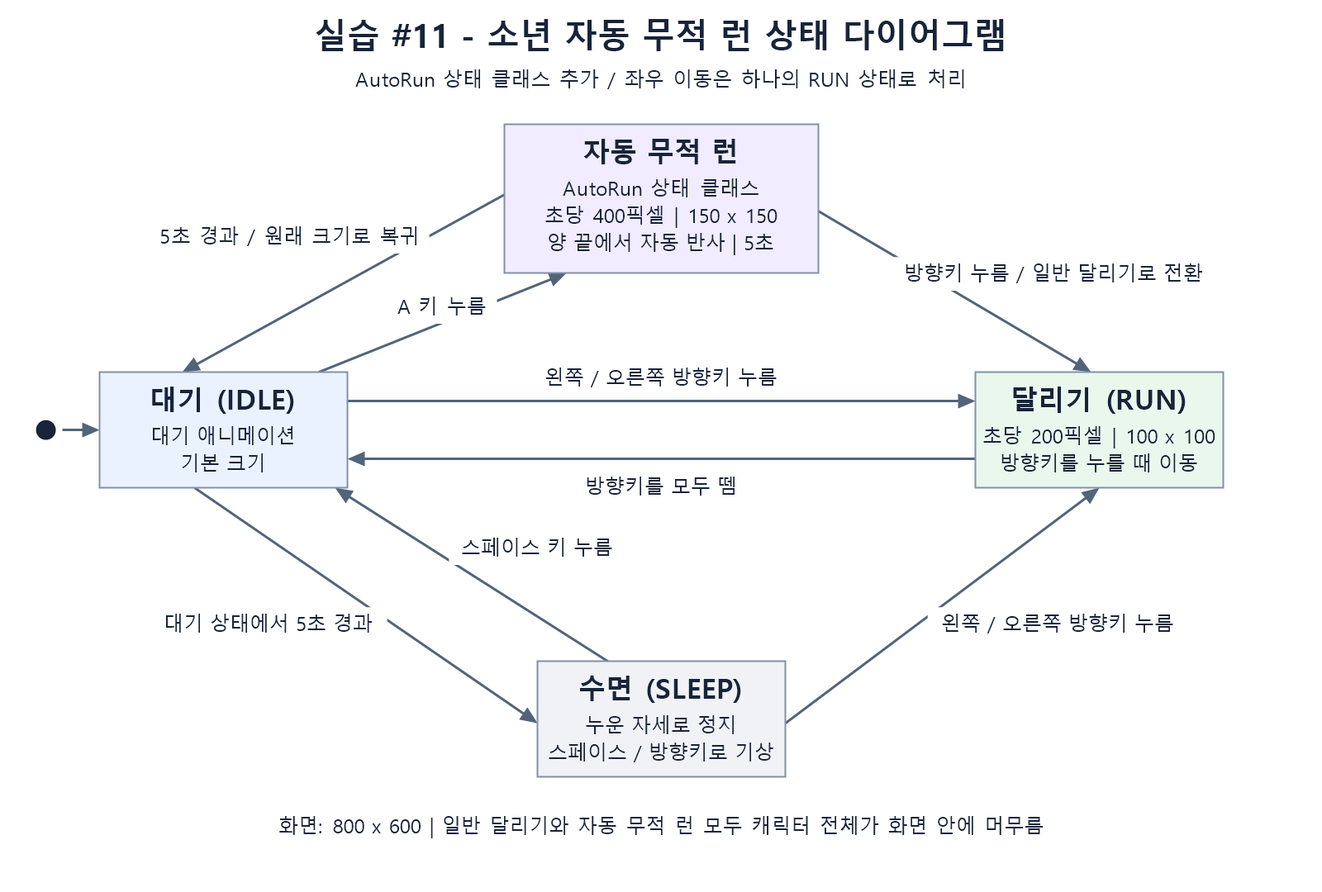
junhwijunhwi/2DGP-2023180015-Drill11-AutoRun keeps this Mermaid diagram as docs/state_diagram.png. Above is the earlier version. Its source is kept beside it as docs/state_diagram.mmd.
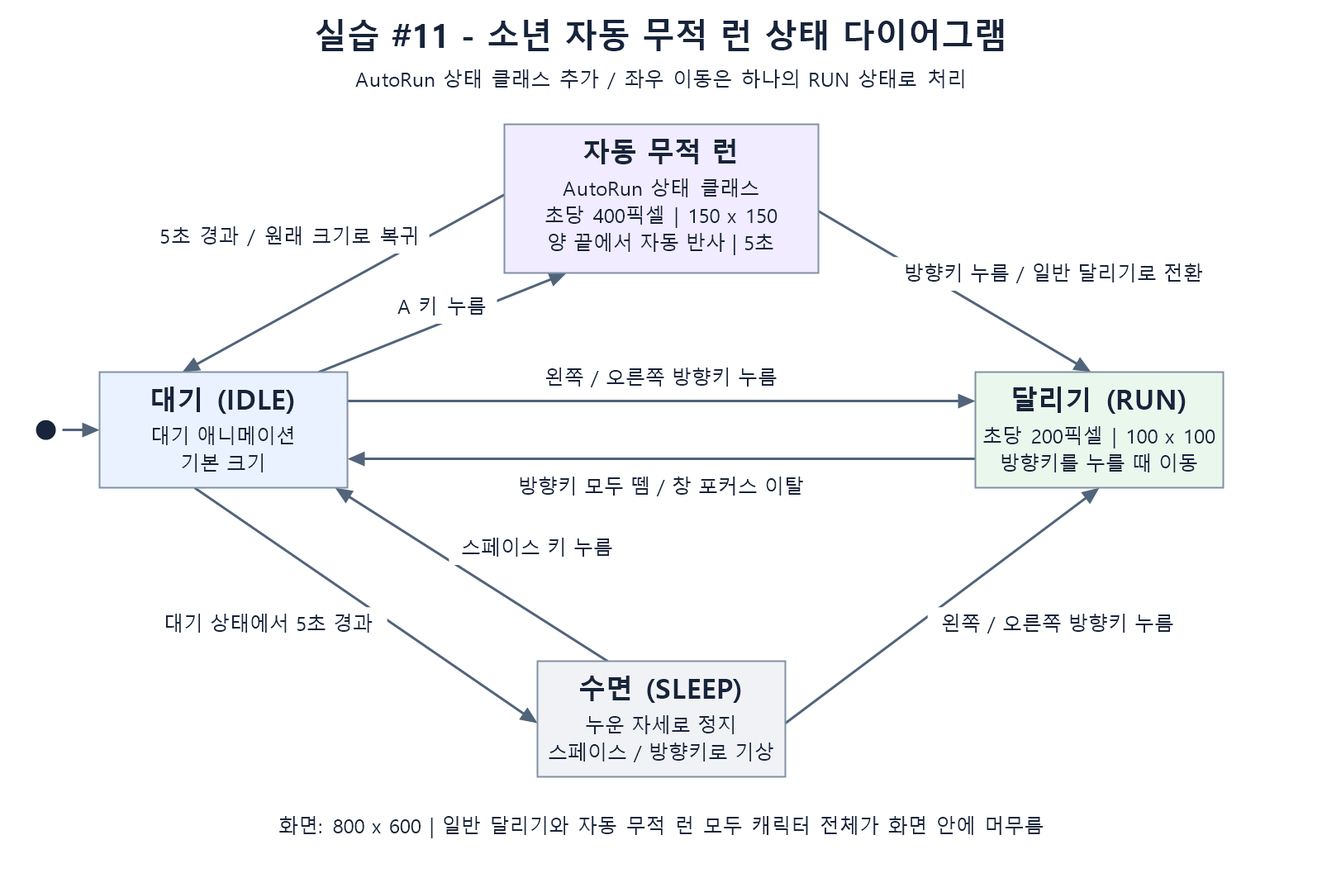
After the commit.

What changed in the source:
```diff
@@ -6,7 +6,7 @@
 
     [*] --> IDLE
     IDLE --> RUN : 왼쪽 / 오른쪽 방향키 누름
-    RUN --> IDLE : 방향키를 모두 뗌
+    RUN --> IDLE : 방향키 모두 뗌 또는 창 포커스 이탈
     IDLE --> SLEEP : 대기 상태에서 5초 경과
     SLEEP --> IDLE : 스페이스 키 누름
     SLEEP --> RUN : 왼쪽 / 오른쪽 방향키 누름
```
